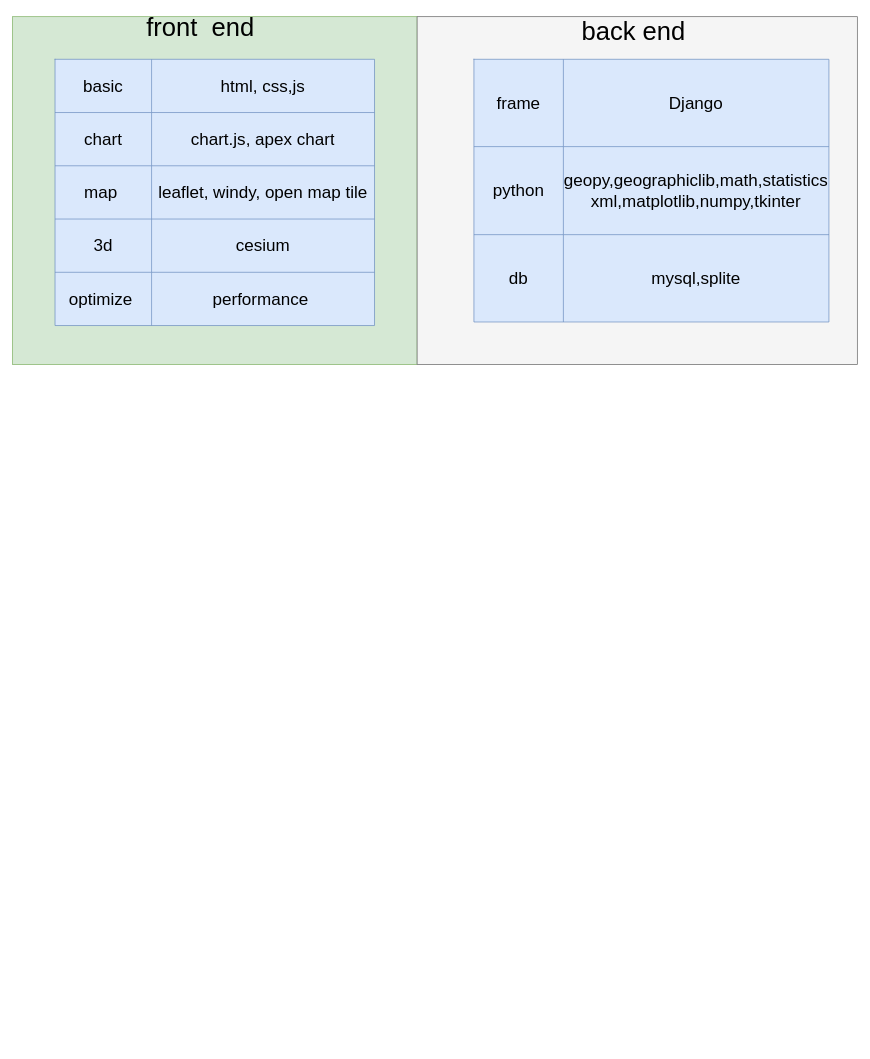
The draw.io diagram 未命名绘图.drawio in pengzhen80/hello_py, before the edit. Source tidied: cells renumbered, new cells numbered last; positions are measured from the earlier drawing's top-left corner, leaving out a move shared by most shapes. Both pictures are drawn from the tidied source at 71%, with x=0, y=0 at pixel (12, 16).
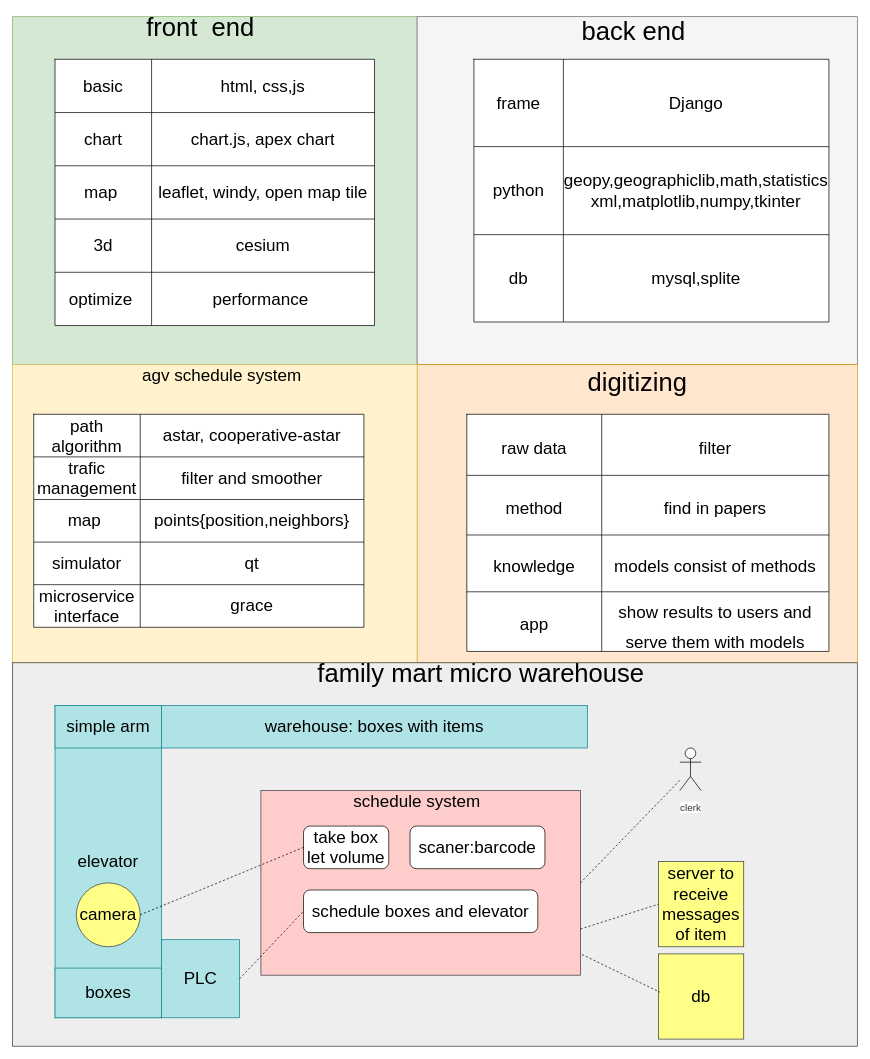
Above is the later version.

Commit message (it also covers changes not shown here):
更新未命名绘图.drawio

The edit, as a diff of the source:
```diff
@@
-    <mxCell id="4" style="shape=table;startSize=0;childLayout=tableLayout;fontSize=24;fillColor=#dae8fc;strokeColor=#6c8ebf;" parent="1" vertex="1">
+    <mxCell id="4" style="shape=table;startSize=0;childLayout=tableLayout;fontSize=24;" parent="1" vertex="1">
       <mxGeometry x="60" y="60" width="450" height="375" as="geometry" />
     </mxCell>
@@
-    <mxCell id="22" style="shape=table;startSize=0;childLayout=tableLayout;fontFamily=Helvetica;fontSize=24;fillColor=#dae8fc;strokeColor=#6c8ebf;" parent="1" vertex="1">
+    <mxCell id="22" style="shape=table;startSize=0;childLayout=tableLayout;fontFamily=Helvetica;fontSize=24;" parent="1" vertex="1">
       <mxGeometry x="650" y="60" width="500" height="370" as="geometry" />
     </mxCell>
@@
+    <mxCell id="32" style="rounded=0;whiteSpace=wrap;html=1;fontFamily=Helvetica;fontSize=36;fillColor=#ffe6cc;strokeColor=#d79b00;" parent="1" vertex="1">
+      <mxGeometry x="570" y="490" width="620" height="420" as="geometry" />
+    </mxCell>
+    <mxCell id="33" value="digitizing" style="text;html=1;strokeColor=none;fillColor=none;align=center;verticalAlign=middle;whiteSpace=wrap;rounded=0;fontFamily=Helvetica;fontSize=36;" parent="1" vertex="1">
+      <mxGeometry x="732.5" y="500" width="295" height="30" as="geometry" />
+    </mxCell>
+    <mxCell id="34" style="shape=table;startSize=0;childLayout=tableLayout;fontFamily=Helvetica;fontSize=36;" parent="1" vertex="1">
+      <mxGeometry x="640" y="560" width="510" height="334" as="geometry" />
+    </mxCell>
+    <mxCell id="35" style="shape=tableRow;horizontal=0;startSize=0;swimlaneHead=0;swimlaneBody=0;top=0;left=0;bottom=0;right=0;fillColor=none;fontFamily=Helvetica;fontSize=36;" parent="34" vertex="1">
+      <mxGeometry width="510" height="86" as="geometry" />
+    </mxCell>
+    <mxCell id="36" value="&lt;font style=&quot;font-size: 24px;&quot;&gt;raw data&lt;/font&gt;" style="shape=partialRectangle;html=1;whiteSpace=wrap;overflow=hidden;fillColor=none;top=0;left=0;bottom=0;right=0;fontFamily=Helvetica;fontSize=36;" parent="35" vertex="1">
+      <mxGeometry width="190" height="86" as="geometry" />
+    </mxCell>
+    <mxCell id="37" value="&lt;font style=&quot;font-size: 24px;&quot;&gt;filter&lt;/font&gt;" style="shape=partialRectangle;html=1;whiteSpace=wrap;overflow=hidden;fillColor=none;top=0;left=0;bottom=0;right=0;fontFamily=Helvetica;fontSize=36;" parent="35" vertex="1">
+      <mxGeometry x="190" width="320" height="86" as="geometry" />
+    </mxCell>
+    <mxCell id="38" style="shape=tableRow;horizontal=0;startSize=0;swimlaneHead=0;swimlaneBody=0;top=0;left=0;bottom=0;right=0;fillColor=none;fontFamily=Helvetica;fontSize=36;" parent="34" vertex="1">
+      <mxGeometry y="86" width="510" height="84" as="geometry" />
+    </mxCell>
+    <mxCell id="39" value="&lt;font style=&quot;font-size: 24px;&quot;&gt;method&lt;/font&gt;" style="shape=partialRectangle;html=1;whiteSpace=wrap;overflow=hidden;fillColor=none;top=0;left=0;bottom=0;right=0;fontFamily=Helvetica;fontSize=36;" parent="38" vertex="1">
+      <mxGeometry width="190" height="84" as="geometry" />
+    </mxCell>
+    <mxCell id="40" value="&lt;font style=&quot;font-size: 24px;&quot;&gt;find in papers&lt;/font&gt;" style="shape=partialRectangle;html=1;whiteSpace=wrap;overflow=hidden;fillColor=none;top=0;left=0;bottom=0;right=0;fontFamily=Helvetica;fontSize=36;" parent="38" vertex="1">
+      <mxGeometry x="190" width="320" height="84" as="geometry" />
+    </mxCell>
+    <mxCell id="41" style="shape=tableRow;horizontal=0;startSize=0;swimlaneHead=0;swimlaneBody=0;top=0;left=0;bottom=0;right=0;fillColor=none;fontFamily=Helvetica;fontSize=36;" parent="34" vertex="1">
+      <mxGeometry y="170" width="510" height="80" as="geometry" />
+    </mxCell>
+    <mxCell id="42" value="&lt;font style=&quot;font-size: 24px;&quot;&gt;knowledge&lt;/font&gt;" style="shape=partialRectangle;html=1;whiteSpace=wrap;overflow=hidden;fillColor=none;top=0;left=0;bottom=0;right=0;fontFamily=Helvetica;fontSize=36;" parent="41" vertex="1">
+      <mxGeometry width="190" height="80" as="geometry" />
+    </mxCell>
+    <mxCell id="43" value="&lt;font style=&quot;font-size: 24px;&quot;&gt;models consist of methods&lt;/font&gt;" style="shape=partialRectangle;html=1;whiteSpace=wrap;overflow=hidden;fillColor=none;top=0;left=0;bottom=0;right=0;fontFamily=Helvetica;fontSize=36;" parent="41" vertex="1">
+      <mxGeometry x="190" width="320" height="80" as="geometry" />
+    </mxCell>
+    <mxCell id="44" style="shape=tableRow;horizontal=0;startSize=0;swimlaneHead=0;swimlaneBody=0;top=0;left=0;bottom=0;right=0;fillColor=none;fontFamily=Helvetica;fontSize=36;" parent="34" vertex="1">
+      <mxGeometry y="250" width="510" height="84" as="geometry" />
+    </mxCell>
+    <mxCell id="45" value="&lt;font style=&quot;font-size: 24px;&quot;&gt;app&lt;/font&gt;" style="shape=partialRectangle;html=1;whiteSpace=wrap;overflow=hidden;fillColor=none;top=0;left=0;bottom=0;right=0;fontFamily=Helvetica;fontSize=36;" parent="44" vertex="1">
+      <mxGeometry width="190" height="84" as="geometry" />
+    </mxCell>
+    <mxCell id="46" value="&lt;font style=&quot;font-size: 24px;&quot;&gt;show results to users and serve them with models&lt;/font&gt;" style="shape=partialRectangle;html=1;whiteSpace=wrap;overflow=hidden;fillColor=none;top=0;left=0;bottom=0;right=0;fontFamily=Helvetica;fontSize=36;" parent="44" vertex="1">
+      <mxGeometry x="190" width="320" height="84" as="geometry" />
+    </mxCell>
+    <mxCell id="47" style="rounded=0;whiteSpace=wrap;html=1;fontFamily=Helvetica;fontSize=24;fillColor=#fff2cc;strokeColor=#d6b656;" parent="1" vertex="1">
+      <mxGeometry y="490" width="570" height="420" as="geometry" />
+    </mxCell>
+    <mxCell id="48" value="agv schedule system" style="text;html=1;strokeColor=none;fillColor=none;align=center;verticalAlign=middle;whiteSpace=wrap;rounded=0;fontFamily=Helvetica;fontSize=24;" parent="1" vertex="1">
+      <mxGeometry x="170" y="490" width="250" height="30" as="geometry" />
+    </mxCell>
+    <mxCell id="49" style="shape=table;startSize=0;childLayout=tableLayout;fontFamily=Helvetica;fontSize=24;" parent="1" vertex="1">
+      <mxGeometry x="30" y="560" width="465" height="300" as="geometry" />
+    </mxCell>
+    <mxCell id="50" style="shape=tableRow;horizontal=0;startSize=0;swimlaneHead=0;swimlaneBody=0;top=0;left=0;bottom=0;right=0;fillColor=none;fontFamily=Helvetica;fontSize=24;" parent="49" vertex="1">
+      <mxGeometry width="465" height="60" as="geometry" />
+    </mxCell>
+    <mxCell id="51" value="path algorithm" style="shape=partialRectangle;html=1;whiteSpace=wrap;overflow=hidden;fillColor=none;top=0;left=0;bottom=0;right=0;fontFamily=Helvetica;fontSize=24;" parent="50" vertex="1">
+      <mxGeometry width="150" height="60" as="geometry" />
+    </mxCell>
+    <mxCell id="52" value="astar, cooperative-astar" style="shape=partialRectangle;html=1;whiteSpace=wrap;overflow=hidden;fillColor=none;top=0;left=0;bottom=0;right=0;fontFamily=Helvetica;fontSize=24;" parent="50" vertex="1">
+      <mxGeometry x="150" width="315" height="60" as="geometry" />
+    </mxCell>
+    <mxCell id="53" style="shape=tableRow;horizontal=0;startSize=0;swimlaneHead=0;swimlaneBody=0;top=0;left=0;bottom=0;right=0;fillColor=none;fontFamily=Helvetica;fontSize=24;" parent="49" vertex="1">
+      <mxGeometry y="60" width="465" height="60" as="geometry" />
+    </mxCell>
+    <mxCell id="54" value="trafic management" style="shape=partialRectangle;html=1;whiteSpace=wrap;overflow=hidden;fillColor=none;top=0;left=0;bottom=0;right=0;fontFamily=Helvetica;fontSize=24;" parent="53" vertex="1">
+      <mxGeometry width="150" height="60" as="geometry" />
+    </mxCell>
+    <mxCell id="55" value="filter and smoother" style="shape=partialRectangle;html=1;whiteSpace=wrap;overflow=hidden;fillColor=none;top=0;left=0;bottom=0;right=0;fontFamily=Helvetica;fontSize=24;" parent="53" vertex="1">
+      <mxGeometry x="150" width="315" height="60" as="geometry" />
+    </mxCell>
+    <mxCell id="56" style="shape=tableRow;horizontal=0;startSize=0;swimlaneHead=0;swimlaneBody=0;top=0;left=0;bottom=0;right=0;fillColor=none;fontFamily=Helvetica;fontSize=24;" parent="49" vertex="1">
+      <mxGeometry y="120" width="465" height="60" as="geometry" />
+    </mxCell>
+    <mxCell id="57" value="map&amp;nbsp;" style="shape=partialRectangle;html=1;whiteSpace=wrap;overflow=hidden;fillColor=none;top=0;left=0;bottom=0;right=0;fontFamily=Helvetica;fontSize=24;" parent="56" vertex="1">
+      <mxGeometry width="150" height="60" as="geometry" />
+    </mxCell>
+    <mxCell id="58" value="points{position,neighbors}" style="shape=partialRectangle;html=1;whiteSpace=wrap;overflow=hidden;fillColor=none;top=0;left=0;bottom=0;right=0;fontFamily=Helvetica;fontSize=24;" parent="56" vertex="1">
+      <mxGeometry x="150" width="315" height="60" as="geometry" />
+    </mxCell>
+    <mxCell id="59" style="shape=tableRow;horizontal=0;startSize=0;swimlaneHead=0;swimlaneBody=0;top=0;left=0;bottom=0;right=0;fillColor=none;fontFamily=Helvetica;fontSize=24;" parent="49" vertex="1">
+      <mxGeometry y="180" width="465" height="60" as="geometry" />
+    </mxCell>
+    <mxCell id="60" value="simulator" style="shape=partialRectangle;html=1;whiteSpace=wrap;overflow=hidden;fillColor=none;top=0;left=0;bottom=0;right=0;fontFamily=Helvetica;fontSize=24;" parent="59" vertex="1">
+      <mxGeometry width="150" height="60" as="geometry" />
+    </mxCell>
+    <mxCell id="61" value="qt" style="shape=partialRectangle;html=1;whiteSpace=wrap;overflow=hidden;fillColor=none;top=0;left=0;bottom=0;right=0;fontFamily=Helvetica;fontSize=24;" parent="59" vertex="1">
+      <mxGeometry x="150" width="315" height="60" as="geometry" />
+    </mxCell>
+    <mxCell id="62" style="shape=tableRow;horizontal=0;startSize=0;swimlaneHead=0;swimlaneBody=0;top=0;left=0;bottom=0;right=0;fillColor=none;fontFamily=Helvetica;fontSize=24;" parent="49" vertex="1">
+      <mxGeometry y="240" width="465" height="60" as="geometry" />
+    </mxCell>
+    <mxCell id="63" value="microservice interface" style="shape=partialRectangle;html=1;whiteSpace=wrap;overflow=hidden;fillColor=none;top=0;left=0;bottom=0;right=0;fontFamily=Helvetica;fontSize=24;" parent="62" vertex="1">
+      <mxGeometry width="150" height="60" as="geometry" />
+    </mxCell>
+    <mxCell id="64" value="grace" style="shape=partialRectangle;html=1;whiteSpace=wrap;overflow=hidden;fillColor=none;top=0;left=0;bottom=0;right=0;fontFamily=Helvetica;fontSize=24;" parent="62" vertex="1">
+      <mxGeometry x="150" width="315" height="60" as="geometry" />
+    </mxCell>
+    <mxCell id="65" style="rounded=0;whiteSpace=wrap;html=1;fontFamily=Helvetica;fontSize=24;fillColor=#eeeeee;strokeColor=#36393d;" parent="1" vertex="1">
+      <mxGeometry y="910" width="1190" height="540" as="geometry" />
+    </mxCell>
+    <mxCell id="66" value="&lt;font style=&quot;font-size: 36px;&quot;&gt;family mart micro warehouse&lt;/font&gt;" style="text;html=1;strokeColor=none;fillColor=none;align=center;verticalAlign=middle;whiteSpace=wrap;rounded=0;fontFamily=Helvetica;fontSize=24;" parent="1" vertex="1">
+      <mxGeometry x="390" y="910" width="540" height="30" as="geometry" />
+    </mxCell>
+    <mxCell id="67" value="elevator" style="rounded=0;whiteSpace=wrap;html=1;fontFamily=Helvetica;fontSize=24;fillColor=#b0e3e6;strokeColor=#0e8088;" parent="1" vertex="1">
+      <mxGeometry x="60" y="970" width="150" height="440" as="geometry" />
+    </mxCell>
+    <mxCell id="68" value="camera" style="ellipse;whiteSpace=wrap;html=1;fontFamily=Helvetica;fontSize=24;fillColor=#ffff88;strokeColor=#36393d;" parent="1" vertex="1">
+      <mxGeometry x="90" y="1220" width="90" height="90" as="geometry" />
+    </mxCell>
+    <mxCell id="69" value="boxes" style="rounded=0;whiteSpace=wrap;html=1;fontFamily=Helvetica;fontSize=24;fillColor=#b0e3e6;strokeColor=#0e8088;" parent="1" vertex="1">
+      <mxGeometry x="60" y="1340" width="150" height="70" as="geometry" />
+    </mxCell>
+    <mxCell id="70" value="warehouse: boxes with items" style="rounded=0;whiteSpace=wrap;html=1;fontFamily=Helvetica;fontSize=24;fillColor=#b0e3e6;strokeColor=#0e8088;" parent="1" vertex="1">
+      <mxGeometry x="210" y="970" width="600" height="60" as="geometry" />
+    </mxCell>
+    <mxCell id="71" value="simple arm" style="rounded=0;whiteSpace=wrap;html=1;fontFamily=Helvetica;fontSize=24;fillColor=#b0e3e6;strokeColor=#0e8088;" parent="1" vertex="1">
+      <mxGeometry x="60" y="970" width="150" height="60" as="geometry" />
+    </mxCell>
+    <mxCell id="72" value="PLC" style="whiteSpace=wrap;html=1;fontFamily=Helvetica;fontSize=24;fillColor=#b0e3e6;strokeColor=#0e8088;" parent="1" vertex="1">
+      <mxGeometry x="210" y="1300" width="110" height="110" as="geometry" />
+    </mxCell>
+    <mxCell id="73" style="rounded=0;whiteSpace=wrap;html=1;fontFamily=Helvetica;fontSize=24;fillColor=#ffcccc;strokeColor=#36393d;" parent="1" vertex="1">
+      <mxGeometry x="350" y="1090" width="450" height="260" as="geometry" />
+    </mxCell>
+    <mxCell id="74" value="schedule system" style="text;html=1;strokeColor=none;fillColor=none;align=center;verticalAlign=middle;whiteSpace=wrap;rounded=0;fontFamily=Helvetica;fontSize=24;" parent="1" vertex="1">
+      <mxGeometry x="460" y="1090" width="220" height="30" as="geometry" />
+    </mxCell>
+    <mxCell id="75" value="scaner:barcode" style="rounded=1;whiteSpace=wrap;html=1;fontFamily=Helvetica;fontSize=24;" parent="1" vertex="1">
+      <mxGeometry x="560" y="1140" width="190" height="60" as="geometry" />
+    </mxCell>
+    <mxCell id="76" value="take box let volume" style="rounded=1;whiteSpace=wrap;html=1;fontFamily=Helvetica;fontSize=24;" parent="1" vertex="1">
+      <mxGeometry x="410" y="1140" width="120" height="60" as="geometry" />
+    </mxCell>
+    <mxCell id="77" style="endArrow=none;dashed=1;html=1;rounded=0;fontFamily=Helvetica;fontSize=24;exitX=1;exitY=0.5;exitDx=0;exitDy=0;entryX=0;entryY=0.5;entryDx=0;entryDy=0;" parent="1" edge="1" source="68" target="76">
+      <mxGeometry relative="1" as="geometry" />
+    </mxCell>
+    <mxCell id="78" value="schedule boxes and elevator" style="rounded=1;whiteSpace=wrap;html=1;fontFamily=Helvetica;fontSize=24;" parent="1" vertex="1">
+      <mxGeometry x="410" y="1230" width="330" height="60" as="geometry" />
+    </mxCell>
+    <mxCell id="79" style="endArrow=none;dashed=1;html=1;rounded=0;fontFamily=Helvetica;fontSize=24;exitX=1;exitY=0.5;exitDx=0;exitDy=0;entryX=0;entryY=0.5;entryDx=0;entryDy=0;" parent="1" edge="1" source="72" target="78">
+      <mxGeometry relative="1" as="geometry" />
+    </mxCell>
+    <mxCell id="80" value="&lt;span style=&quot;caret-color: rgb(51, 51, 51); color: rgb(51, 51, 51); font-family: Arial, Helvetica, sans-serif; font-size: 14px; text-align: left; background-color: rgb(255, 255, 255);&quot;&gt;clerk&lt;/span&gt;" style="shape=umlActor;verticalLabelPosition=bottom;verticalAlign=top;html=1;outlineConnect=0;fontFamily=Helvetica;fontSize=24;" parent="1" vertex="1">
+      <mxGeometry x="940" y="1030" width="30" height="60" as="geometry" />
+    </mxCell>
+    <mxCell id="81" style="endArrow=none;dashed=1;html=1;rounded=0;fontFamily=Helvetica;fontSize=24;exitX=1;exitY=0.5;exitDx=0;exitDy=0;" parent="1" edge="1" source="73" target="80">
+      <mxGeometry relative="1" as="geometry" />
+    </mxCell>
+    <mxCell id="82" value="server to receive messages of item" style="whiteSpace=wrap;html=1;fontFamily=Helvetica;fontSize=24;fillColor=#ffff88;strokeColor=#36393d;" parent="1" vertex="1">
+      <mxGeometry x="910" y="1190" width="120" height="120" as="geometry" />
+    </mxCell>
+    <mxCell id="83" style="endArrow=none;dashed=1;html=1;rounded=0;fontFamily=Helvetica;fontSize=24;exitX=1;exitY=0.75;exitDx=0;exitDy=0;entryX=0;entryY=0.5;entryDx=0;entryDy=0;" parent="1" edge="1" source="73" target="82">
+      <mxGeometry relative="1" as="geometry" />
+    </mxCell>
+    <mxCell id="84" value="db" style="whiteSpace=wrap;html=1;fontFamily=Helvetica;fontSize=24;fillColor=#ffff88;strokeColor=#36393d;" parent="1" vertex="1">
+      <mxGeometry x="910" y="1320" width="120" height="120" as="geometry" />
+    </mxCell>
+    <mxCell id="85" style="endArrow=none;dashed=1;html=1;rounded=0;fontFamily=Helvetica;fontSize=24;exitX=1.005;exitY=0.888;exitDx=0;exitDy=0;exitPerimeter=0;entryX=0.017;entryY=0.45;entryDx=0;entryDy=0;entryPerimeter=0;" parent="1" edge="1" source="73" target="84">
+      <mxGeometry relative="1" as="geometry" />
+    </mxCell>
```
